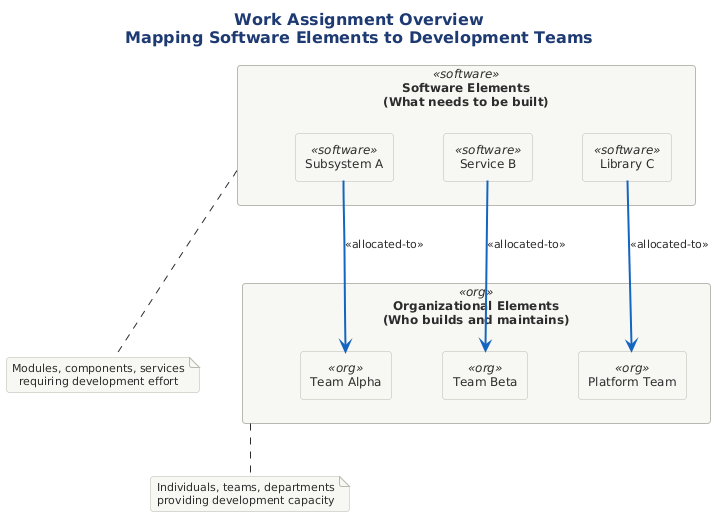
This is src/architecture/views-and-beyond/style-catalogs/allocation/work-assignment-style/png/01-basic-work-assignment.png from Notoriousjayy/latex-docs, a PlantUML export, as it was before one commit. Its diagram source:
```plantuml
@startuml 01-basic-work-assignment
!include ../../../../../../tooling/styles/plantuml/structural/component-diagram-style.iuml

skinparam nodesep 50
skinparam ranksep 40

title <b>Work Assignment Overview</b>\nMapping Software Elements to Development Teams

together {
    rectangle "**Software Elements**\n(What needs to be built)" as sw <<software>> {
        rectangle "Subsystem A" as sub_a <<software>>
        rectangle "Service B" as svc_b <<software>>
        rectangle "Library C" as lib_c <<software>>
    }
}

together {
    rectangle "**Organizational Elements**\n(Who builds and maintains)" as org <<org>> {
        rectangle "Team Alpha" as team_a <<org>>
        rectangle "Team Beta" as team_b <<org>>
        rectangle "Platform Team" as team_p <<org>>
    }
}

sub_a -[#1565C0,thickness=2]-> team_a : <<allocated-to>>
svc_b -[#1565C0,thickness=2]-> team_b : <<allocated-to>>
lib_c -[#1565C0,thickness=2]-> team_p : <<allocated-to>>

note bottom of sw
  Modules, components, services
  requiring development effort
end note

note bottom of org
  Individuals, teams, departments
  providing development capacity
end note

@enduml
```
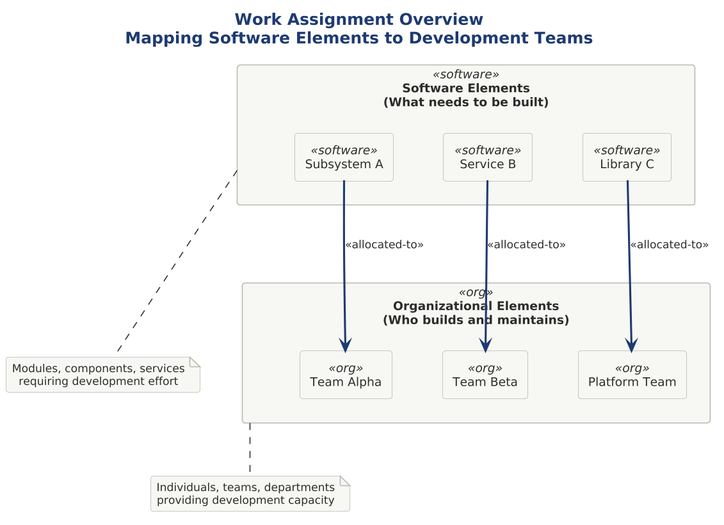
After the commit.

Diff of the diagram source:
```diff
@@ -1,4 +1,9 @@
 @startuml 01-basic-work-assignment
+
+skinparam dpi 150
+
+
+
 !include ../../../../../../tooling/styles/plantuml/structural/component-diagram-style.iuml
 
 skinparam nodesep 50
@@ -22,9 +27,9 @@
     }
 }
 
-sub_a -[#1565C0,thickness=2]-> team_a : <<allocated-to>>
-svc_b -[#1565C0,thickness=2]-> team_b : <<allocated-to>>
-lib_c -[#1565C0,thickness=2]-> team_p : <<allocated-to>>
+sub_a -[$line_primary,thickness=2]-> team_a : <<allocated-to>>
+svc_b -[$line_primary,thickness=2]-> team_b : <<allocated-to>>
+lib_c -[$line_primary,thickness=2]-> team_p : <<allocated-to>>
 
 note bottom of sw
   Modules, components, services
```
